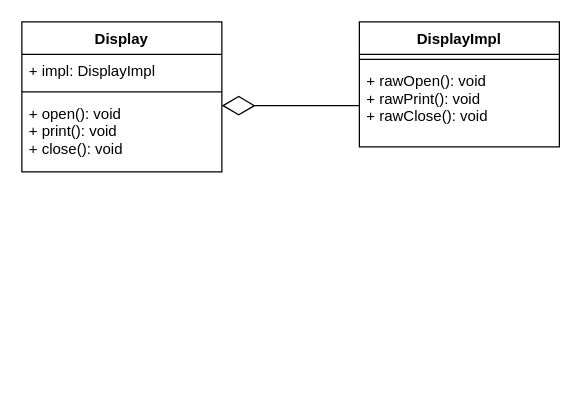
This is structural-bridge.drawio from xujiuhua/draw, a draw.io file, before an edit. Source tidied: cells renumbered, new cells numbered last; positions are measured from the earlier drawing's top-left corner, leaving out a move shared by most shapes. Both pictures are drawn from the tidied source at 125%, with x=0, y=0 at pixel (21, 21).
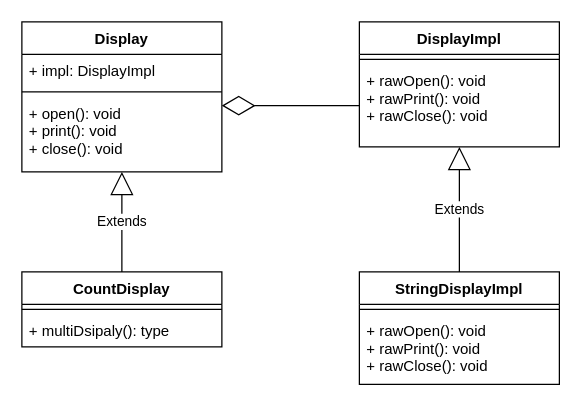
Above is the later version.

The edit, as a diff of the source:
```diff
@@
 <mxGraphModel>
   <root>
     <mxCell id="0" />
     <mxCell id="1" parent="0" />
     <mxCell id="2" value="Display" style="swimlane;fontStyle=1;align=center;verticalAlign=top;horizontal=1;startSize=26;" parent="1" vertex="1">
       <mxGeometry width="160" height="120" as="geometry" />
     </mxCell>
     <mxCell id="3" value="+ impl: DisplayImpl" style="text;strokeColor=none;fillColor=none;align=left;verticalAlign=top;spacingLeft=4;spacingRight=4;overflow=hidden;" parent="2" vertex="1">
       <mxGeometry y="26" width="160" height="26" as="geometry" />
     </mxCell>
     <mxCell id="4" style="line;strokeWidth=1;fillColor=none;align=left;verticalAlign=middle;spacingTop=-1;spacingLeft=3;spacingRight=3;labelPosition=right;" parent="2" vertex="1">
       <mxGeometry y="52" width="160" height="8" as="geometry" />
     </mxCell>
     <mxCell id="5" value="+ open(): void&#10;+ print(): void&#10;+ close(): void" style="text;strokeColor=none;fillColor=none;align=left;verticalAlign=top;spacingLeft=4;spacingRight=4;overflow=hidden;points=[[0,0.5],[1,0.5]];portConstraint=eastwest;" parent="2" vertex="1">
       <mxGeometry y="60" width="160" height="60" as="geometry" />
     </mxCell>
     <mxCell id="6" value="DisplayImpl&#10;" style="swimlane;fontStyle=1;align=center;verticalAlign=top;horizontal=1;startSize=26;" parent="1" vertex="1">
       <mxGeometry x="270" width="160" height="100" as="geometry" />
     </mxCell>
     <mxCell id="7" style="line;strokeWidth=1;fillColor=none;align=left;verticalAlign=middle;spacingTop=-1;spacingLeft=3;spacingRight=3;labelPosition=right;" parent="6" vertex="1">
       <mxGeometry y="26" width="160" height="8" as="geometry" />
     </mxCell>
     <mxCell id="8" value="+ rawOpen(): void&#10;+ rawPrint(): void&#10;+ rawClose(): void" style="text;strokeColor=none;fillColor=none;align=left;verticalAlign=top;spacingLeft=4;spacingRight=4;overflow=hidden;points=[[0,0.5],[1,0.5]];portConstraint=eastwest;" parent="6" vertex="1">
       <mxGeometry y="34" width="160" height="66" as="geometry" />
     </mxCell>
     <mxCell id="9" style="endArrow=diamondThin;endFill=0;endSize=24;html=1;exitX=0;exitY=0.5;exitDx=0;exitDy=0;entryX=1;entryY=0.117;entryDx=0;entryDy=0;entryPerimeter=0;" parent="1" edge="1" source="8" target="5">
       <mxGeometry relative="1" as="geometry" />
     </mxCell>
+    <mxCell id="10" value="StringDisplayImpl" style="swimlane;fontStyle=1;align=center;verticalAlign=top;horizontal=1;startSize=26;" parent="1" vertex="1">
+      <mxGeometry x="270" y="200" width="160" height="90" as="geometry" />
+    </mxCell>
+    <mxCell id="11" style="line;strokeWidth=1;fillColor=none;align=left;verticalAlign=middle;spacingTop=-1;spacingLeft=3;spacingRight=3;labelPosition=right;" parent="10" vertex="1">
+      <mxGeometry y="26" width="160" height="8" as="geometry" />
+    </mxCell>
+    <mxCell id="12" value="+ rawOpen(): void&#10;+ rawPrint(): void&#10;+ rawClose(): void" style="text;strokeColor=none;fillColor=none;align=left;verticalAlign=top;spacingLeft=4;spacingRight=4;overflow=hidden;" parent="10" vertex="1">
+      <mxGeometry y="34" width="160" height="56" as="geometry" />
+    </mxCell>
+    <mxCell id="13" value="Extends" style="endArrow=block;endSize=16;endFill=0;html=1;exitX=0.5;exitY=0;exitDx=0;exitDy=0;" parent="1" edge="1" source="10" target="8">
+      <mxGeometry relative="1" as="geometry" />
+    </mxCell>
+    <mxCell id="14" value="CountDisplay" style="swimlane;fontStyle=1;align=center;verticalAlign=top;horizontal=1;startSize=26;" parent="1" vertex="1">
+      <mxGeometry y="200" width="160" height="60" as="geometry" />
+    </mxCell>
+    <mxCell id="15" style="line;strokeWidth=1;fillColor=none;align=left;verticalAlign=middle;spacingTop=-1;spacingLeft=3;spacingRight=3;labelPosition=right;" parent="14" vertex="1">
+      <mxGeometry y="26" width="160" height="8" as="geometry" />
+    </mxCell>
+    <mxCell id="16" value="+ multiDsipaly(): type" style="text;strokeColor=none;fillColor=none;align=left;verticalAlign=top;spacingLeft=4;spacingRight=4;overflow=hidden;" parent="14" vertex="1">
+      <mxGeometry y="34" width="160" height="26" as="geometry" />
+    </mxCell>
+    <mxCell id="17" value="Extends" style="endArrow=block;endSize=16;endFill=0;html=1;exitX=0.5;exitY=0;exitDx=0;exitDy=0;" parent="1" edge="1" source="14" target="5">
+      <mxGeometry relative="1" as="geometry" />
+    </mxCell>
   </root>
 </mxGraphModel>
```
